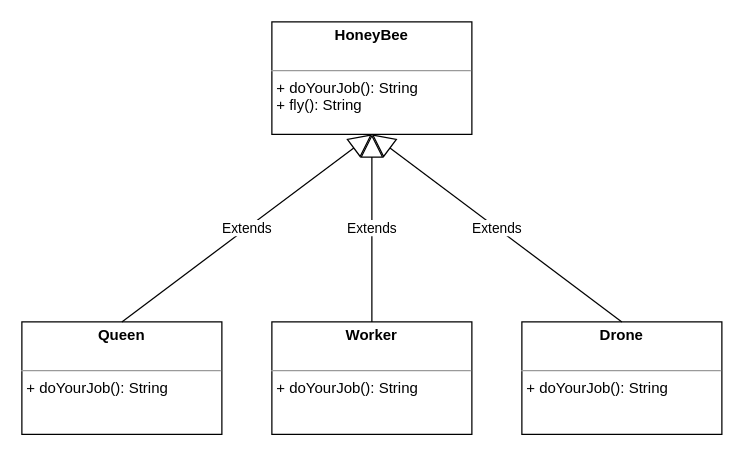
tbisk/08_Interfaces keeps this draw.io diagram as page "HoneyBee_1" (1 of 2) of honeybee.drawio. Above is the earlier version. Source tidied: cells renumbered, new cells numbered last; positions are measured from the earlier drawing's top-left corner, leaving out a move shared by most shapes. Both pictures are drawn from the tidied source at 125%, with x=0, y=0 at pixel (21, 21).
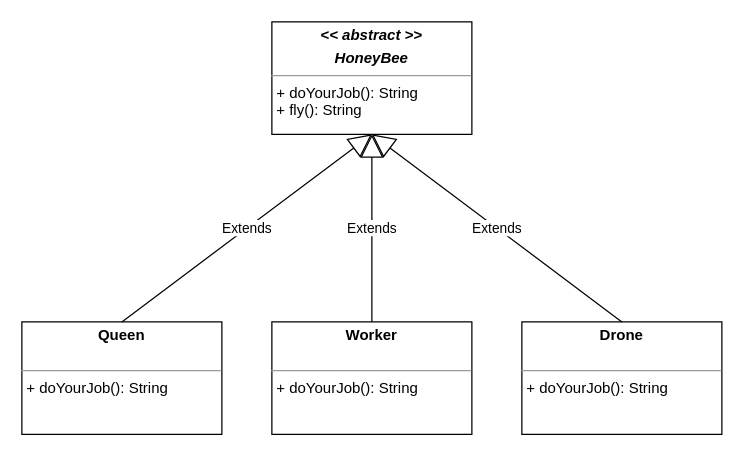
After the change.

Change to the diagram source:
```diff
@@
 <mxGraphModel>
   <root>
     <mxCell id="0" />
     <mxCell id="1" parent="0" />
-    <mxCell id="2" value="&lt;p style=&quot;margin: 0px ; margin-top: 4px ; text-align: center&quot;&gt;&lt;b&gt;HoneyBee&lt;/b&gt;&lt;/p&gt;&lt;p style=&quot;margin: 0px ; margin-left: 4px&quot;&gt;&lt;br&gt;&lt;/p&gt;&lt;hr size=&quot;1&quot;&gt;&lt;p style=&quot;margin: 0px ; margin-left: 4px&quot;&gt;+ doYourJob(): String&lt;/p&gt;&lt;p style=&quot;margin: 0px ; margin-left: 4px&quot;&gt;+ fly(): String&lt;/p&gt;" style="verticalAlign=top;align=left;overflow=fill;fontSize=12;fontFamily=Helvetica;html=1;" parent="1" vertex="1">
+    <mxCell id="2" value="&lt;p style=&quot;margin: 0px ; margin-top: 4px ; text-align: center&quot;&gt;&lt;b&gt;&lt;i&gt;&amp;lt;&amp;lt; abstract &amp;gt;&amp;gt;&lt;/i&gt;&lt;/b&gt;&lt;/p&gt;&lt;p style=&quot;margin: 0px ; margin-top: 4px ; text-align: center&quot;&gt;&lt;b&gt;&lt;i&gt;HoneyBee&lt;/i&gt;&lt;/b&gt;&lt;/p&gt;&lt;hr size=&quot;1&quot;&gt;&lt;p style=&quot;margin: 0px ; margin-left: 4px&quot;&gt;+ doYourJob(): String&lt;/p&gt;&lt;p style=&quot;margin: 0px ; margin-left: 4px&quot;&gt;+ fly(): String&lt;/p&gt;" style="verticalAlign=top;align=left;overflow=fill;fontSize=12;fontFamily=Helvetica;html=1;" parent="1" vertex="1">
       <mxGeometry x="200" width="160" height="90" as="geometry" />
     </mxCell>
     <mxCell id="3" value="&lt;p style=&quot;margin: 0px ; margin-top: 4px ; text-align: center&quot;&gt;&lt;b&gt;Queen&lt;/b&gt;&lt;/p&gt;&lt;p style=&quot;margin: 0px ; margin-left: 4px&quot;&gt;&lt;br&gt;&lt;/p&gt;&lt;hr size=&quot;1&quot;&gt;&lt;p style=&quot;margin: 0px ; margin-left: 4px&quot;&gt;+ doYourJob(): String&lt;br&gt;&lt;/p&gt;" style="verticalAlign=top;align=left;overflow=fill;fontSize=12;fontFamily=Helvetica;html=1;" parent="1" vertex="1">
       <mxGeometry y="240" width="160" height="90" as="geometry" />
     </mxCell>
     <mxCell id="4" value="Extends" style="endArrow=block;endSize=16;endFill=0;html=1;exitX=0.5;exitY=0;exitDx=0;exitDy=0;entryX=0.5;entryY=1;entryDx=0;entryDy=0;" parent="1" edge="1" source="3" target="2">
       <mxGeometry relative="1" as="geometry" />
     </mxCell>
     <mxCell id="5" value="&lt;p style=&quot;margin: 0px ; margin-top: 4px ; text-align: center&quot;&gt;&lt;b&gt;Worker&lt;/b&gt;&lt;/p&gt;&lt;p style=&quot;margin: 0px ; margin-left: 4px&quot;&gt;&lt;br&gt;&lt;/p&gt;&lt;hr size=&quot;1&quot;&gt;&lt;p style=&quot;margin: 0px ; margin-left: 4px&quot;&gt;+ doYourJob(): String&lt;br&gt;&lt;/p&gt;" style="verticalAlign=top;align=left;overflow=fill;fontSize=12;fontFamily=Helvetica;html=1;" parent="1" vertex="1">
       <mxGeometry x="200" y="240" width="160" height="90" as="geometry" />
     </mxCell>
     <mxCell id="6" value="&lt;p style=&quot;margin: 0px ; margin-top: 4px ; text-align: center&quot;&gt;&lt;b&gt;Drone&lt;/b&gt;&lt;/p&gt;&lt;p style=&quot;margin: 0px ; margin-left: 4px&quot;&gt;&lt;br&gt;&lt;/p&gt;&lt;hr size=&quot;1&quot;&gt;&lt;p style=&quot;margin: 0px ; margin-left: 4px&quot;&gt;+ doYourJob(): String&lt;br&gt;&lt;/p&gt;" style="verticalAlign=top;align=left;overflow=fill;fontSize=12;fontFamily=Helvetica;html=1;" parent="1" vertex="1">
       <mxGeometry x="400" y="240" width="160" height="90" as="geometry" />
     </mxCell>
     <mxCell id="7" value="Extends" style="endArrow=block;endSize=16;endFill=0;html=1;exitX=0.5;exitY=0;exitDx=0;exitDy=0;entryX=0.5;entryY=1;entryDx=0;entryDy=0;" parent="1" edge="1" source="5" target="2">
       <mxGeometry relative="1" as="geometry" />
     </mxCell>
     <mxCell id="8" value="Extends" style="endArrow=block;endSize=16;endFill=0;html=1;exitX=0.5;exitY=0;exitDx=0;exitDy=0;entryX=0.5;entryY=1;entryDx=0;entryDy=0;" parent="1" edge="1" source="6" target="2">
       <mxGeometry relative="1" as="geometry" />
     </mxCell>
   </root>
 </mxGraphModel>
```
